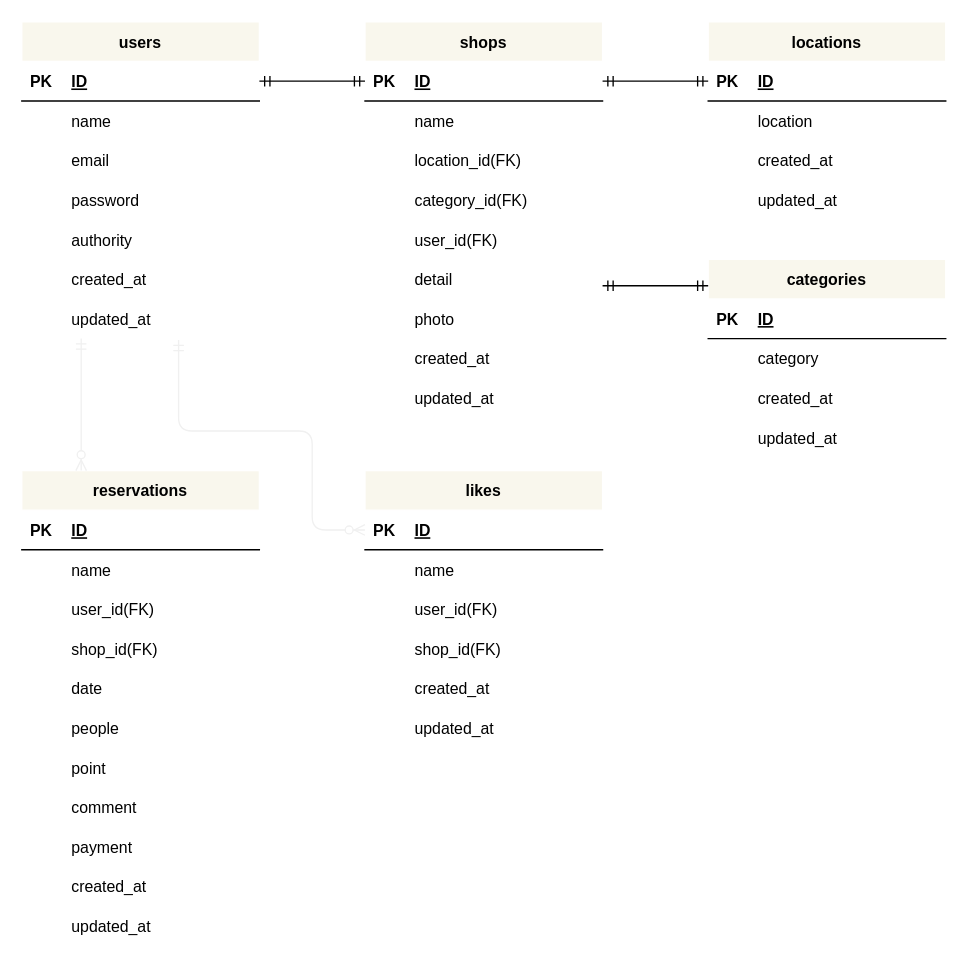
ueppa0716/advance-test keeps this draw.io diagram as erDiagram.drawio. Above is the earlier version. Source tidied: cells renumbered, new cells numbered last; positions are measured from the earlier drawing's top-left corner, leaving out a move shared by most shapes. Both pictures are drawn from the tidied source at 132%, with x=0, y=0 at pixel (21, 21).
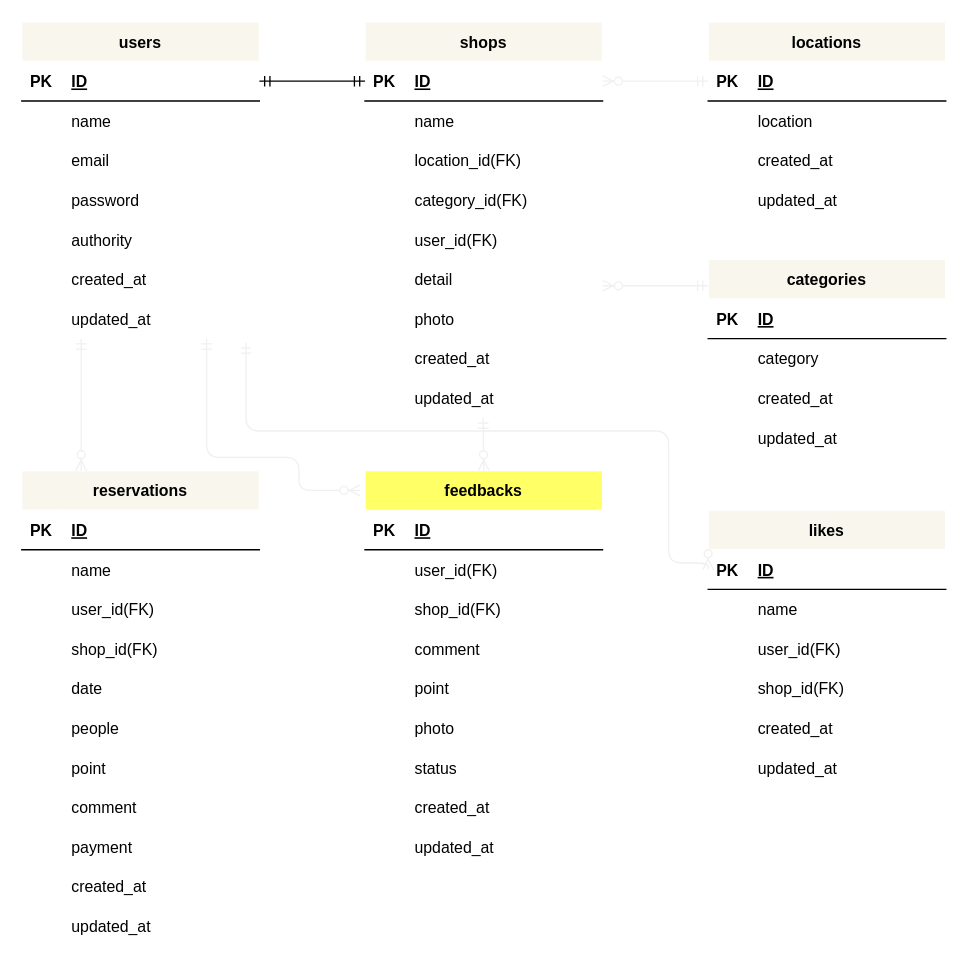
The same page after the edit.

Unchanged cells that the change refers to:
```xml
<mxCell id="21" style="shape=tableRow;horizontal=0;startSize=0;swimlaneHead=0;swimlaneBody=0;fillColor=none;points=[[0,0.5],[1,0.5]];portConstraint=eastwest;top=0;left=0;right=0;bottom=0;" parent="2" vertex="1">
  <mxGeometry y="210" width="180" height="30" as="geometry" />
</mxCell>
<mxCell id="25" style="shape=tableRow;horizontal=0;startSize=0;swimlaneHead=0;swimlaneBody=0;fillColor=none;points=[[0,0.5],[1,0.5]];portConstraint=eastwest;top=0;left=0;right=0;bottom=1;" parent="24" vertex="1">
  <mxGeometry y="30" width="180" height="30" as="geometry" />
</mxCell>
<mxCell id="87" style="shape=tableRow;horizontal=0;startSize=0;swimlaneHead=0;swimlaneBody=0;fillColor=none;points=[[0,0.5],[1,0.5]];portConstraint=eastwest;top=0;left=0;right=0;bottom=1;" parent="86" vertex="1">
  <mxGeometry y="30" width="180" height="30" as="geometry" />
</mxCell>
<mxCell id="106" style="shape=tableRow;horizontal=0;startSize=0;swimlaneHead=0;swimlaneBody=0;fillColor=none;points=[[0,0.5],[1,0.5]];portConstraint=eastwest;top=0;left=0;right=0;bottom=1;" parent="105" vertex="1">
  <mxGeometry y="30" width="180" height="30" as="geometry" />
</mxCell>
```

What changed in the source:
```diff
@@
     <mxCell id="86" value="likes" style="shape=table;startSize=30;childLayout=tableLayout;rowLines=0;fontStyle=1;align=center;fillColor=#f9f7ed;strokeColor=#FFFFFF;fontColor=#000000;" parent="1" vertex="1">
-      <mxGeometry x="260" y="340" width="180" height="210" as="geometry" />
+      <mxGeometry x="520" y="370" width="180" height="210" as="geometry" />
     </mxCell>
@@
-    <mxCell id="132" style="edgeStyle=entityRelationEdgeStyle;fontSize=12;html=1;endArrow=ERmandOne;startArrow=ERmandOne;fontColor=#000000;exitX=1;exitY=0.5;exitDx=0;exitDy=0;entryX=0;entryY=0.5;entryDx=0;entryDy=0;" parent="1" edge="1" source="25" target="106">
-      <mxGeometry relative="1" as="geometry" />
-    </mxCell>
-    <mxCell id="133" style="edgeStyle=entityRelationEdgeStyle;fontSize=12;html=1;endArrow=ERmandOne;startArrow=ERmandOne;fontColor=#000000;exitX=1;exitY=0.5;exitDx=0;exitDy=0;entryX=0;entryY=0.5;entryDx=0;entryDy=0;" parent="1" edge="1">
-      <mxGeometry relative="1" as="geometry">
-        <mxPoint x="440" y="200" as="sourcePoint" />
-        <mxPoint x="520" y="200" as="targetPoint" />
-      </mxGeometry>
-    </mxCell>
@@
-    <mxCell id="136" style="edgeStyle=orthogonalEdgeStyle;fontSize=12;html=1;endArrow=ERzeroToMany;startArrow=ERmandOne;strokeColor=#F0F0F0;entryX=0;entryY=0.5;entryDx=0;entryDy=0;exitX=0.66;exitY=1.039;exitDx=0;exitDy=0;exitPerimeter=0;" parent="1" edge="1" source="21" target="87">
+    <mxCell id="136" style="edgeStyle=orthogonalEdgeStyle;fontSize=12;html=1;endArrow=ERzeroToMany;startArrow=ERmandOne;strokeColor=#F0F0F0;entryX=0;entryY=0.5;entryDx=0;entryDy=0;exitX=0.944;exitY=1.1;exitDx=0;exitDy=0;exitPerimeter=0;" parent="1" edge="1" source="21" target="87">
       <mxGeometry relative="1" as="geometry">
         <Array as="points">
-          <mxPoint x="119" y="310" />
-          <mxPoint x="220" y="310" />
-          <mxPoint x="220" y="385" />
+          <mxPoint x="170" y="310" />
+          <mxPoint x="490" y="310" />
+          <mxPoint x="490" y="410" />
+          <mxPoint x="520" y="410" />
         </Array>
       </mxGeometry>
     </mxCell>
@@
+    <mxCell id="138" value="feedbacks" style="shape=table;startSize=30;childLayout=tableLayout;rowLines=0;fontStyle=1;align=center;fillColor=#FFFF66;strokeColor=#FFFFFF;fontColor=#000000;" parent="1" vertex="1">
+      <mxGeometry x="260" y="340" width="180" height="300" as="geometry" />
+    </mxCell>
+    <mxCell id="139" style="shape=tableRow;horizontal=0;startSize=0;swimlaneHead=0;swimlaneBody=0;fillColor=none;top=0;left=0;right=0;bottom=1;" parent="138" vertex="1">
+      <mxGeometry y="30" width="180" height="30" as="geometry" />
+    </mxCell>
+    <mxCell id="140" value="PK" style="shape=partialRectangle;fillColor=none;top=0;left=0;bottom=0;right=0;fontStyle=1;overflow=hidden;" parent="139" vertex="1">
+      <mxGeometry width="30" height="30" as="geometry" />
+    </mxCell>
+    <mxCell id="141" value="ID" style="shape=partialRectangle;fillColor=none;top=0;left=0;bottom=0;right=0;align=left;spacingLeft=6;fontStyle=5;overflow=hidden;" parent="139" vertex="1">
+      <mxGeometry x="30" width="150" height="30" as="geometry" />
+    </mxCell>
+    <mxCell id="142" style="shape=tableRow;horizontal=0;startSize=0;swimlaneHead=0;swimlaneBody=0;fillColor=none;top=0;left=0;right=0;bottom=0;" parent="138" vertex="1">
+      <mxGeometry y="60" width="180" height="30" as="geometry" />
+    </mxCell>
+    <mxCell id="143" style="shape=partialRectangle;fillColor=none;top=0;left=0;bottom=0;right=0;overflow=hidden;" parent="142" vertex="1">
+      <mxGeometry width="30" height="30" as="geometry" />
+    </mxCell>
+    <mxCell id="144" value="user_id(FK)" style="shape=partialRectangle;fillColor=none;top=0;left=0;bottom=0;right=0;align=left;spacingLeft=6;overflow=hidden;" parent="142" vertex="1">
+      <mxGeometry x="30" width="150" height="30" as="geometry" />
+    </mxCell>
+    <mxCell id="145" style="shape=tableRow;horizontal=0;startSize=0;swimlaneHead=0;swimlaneBody=0;fillColor=none;top=0;left=0;right=0;bottom=0;" parent="138" vertex="1">
+      <mxGeometry y="90" width="180" height="30" as="geometry" />
+    </mxCell>
+    <mxCell id="146" style="shape=partialRectangle;fillColor=none;top=0;left=0;bottom=0;right=0;overflow=hidden;" parent="145" vertex="1">
+      <mxGeometry width="30" height="30" as="geometry" />
+    </mxCell>
+    <mxCell id="147" value="shop_id(FK)" style="shape=partialRectangle;fillColor=none;top=0;left=0;bottom=0;right=0;align=left;spacingLeft=6;overflow=hidden;" parent="145" vertex="1">
+      <mxGeometry x="30" width="150" height="30" as="geometry" />
+    </mxCell>
+    <mxCell id="148" style="shape=tableRow;horizontal=0;startSize=0;swimlaneHead=0;swimlaneBody=0;fillColor=none;top=0;left=0;right=0;bottom=0;" parent="138" vertex="1">
+      <mxGeometry y="120" width="180" height="30" as="geometry" />
+    </mxCell>
+    <mxCell id="149" style="shape=partialRectangle;fillColor=none;top=0;left=0;bottom=0;right=0;overflow=hidden;" parent="148" vertex="1">
+      <mxGeometry width="30" height="30" as="geometry" />
+    </mxCell>
+    <mxCell id="150" value="comment" style="shape=partialRectangle;fillColor=none;top=0;left=0;bottom=0;right=0;align=left;spacingLeft=6;overflow=hidden;" parent="148" vertex="1">
+      <mxGeometry x="30" width="150" height="30" as="geometry" />
+    </mxCell>
+    <mxCell id="151" style="shape=tableRow;horizontal=0;startSize=0;swimlaneHead=0;swimlaneBody=0;fillColor=none;top=0;left=0;right=0;bottom=0;" parent="138" vertex="1">
+      <mxGeometry y="150" width="180" height="30" as="geometry" />
+    </mxCell>
+    <mxCell id="152" style="shape=partialRectangle;fillColor=none;top=0;left=0;bottom=0;right=0;overflow=hidden;" parent="151" vertex="1">
+      <mxGeometry width="30" height="30" as="geometry" />
+    </mxCell>
+    <mxCell id="153" value="point" style="shape=partialRectangle;fillColor=none;top=0;left=0;bottom=0;right=0;align=left;spacingLeft=6;overflow=hidden;" parent="151" vertex="1">
+      <mxGeometry x="30" width="150" height="30" as="geometry" />
+    </mxCell>
+    <mxCell id="154" style="shape=tableRow;horizontal=0;startSize=0;swimlaneHead=0;swimlaneBody=0;fillColor=none;top=0;left=0;right=0;bottom=0;" parent="138" vertex="1">
+      <mxGeometry y="180" width="180" height="30" as="geometry" />
+    </mxCell>
+    <mxCell id="155" style="shape=partialRectangle;fillColor=none;top=0;left=0;bottom=0;right=0;overflow=hidden;" parent="154" vertex="1">
+      <mxGeometry width="30" height="30" as="geometry" />
+    </mxCell>
+    <mxCell id="156" value="photo" style="shape=partialRectangle;fillColor=none;top=0;left=0;bottom=0;right=0;align=left;spacingLeft=6;overflow=hidden;" parent="154" vertex="1">
+      <mxGeometry x="30" width="150" height="30" as="geometry" />
+    </mxCell>
+    <mxCell id="157" style="shape=tableRow;horizontal=0;startSize=0;swimlaneHead=0;swimlaneBody=0;fillColor=none;top=0;left=0;right=0;bottom=0;" parent="138" vertex="1">
+      <mxGeometry y="210" width="180" height="30" as="geometry" />
+    </mxCell>
+    <mxCell id="158" style="shape=partialRectangle;fillColor=none;top=0;left=0;bottom=0;right=0;overflow=hidden;" parent="157" vertex="1">
+      <mxGeometry width="30" height="30" as="geometry" />
+    </mxCell>
+    <mxCell id="159" value="status" style="shape=partialRectangle;fillColor=none;top=0;left=0;bottom=0;right=0;align=left;spacingLeft=6;overflow=hidden;" parent="157" vertex="1">
+      <mxGeometry x="30" width="150" height="30" as="geometry" />
+    </mxCell>
+    <mxCell id="160" style="shape=tableRow;horizontal=0;startSize=0;swimlaneHead=0;swimlaneBody=0;fillColor=none;top=0;left=0;right=0;bottom=0;" parent="138" vertex="1">
+      <mxGeometry y="240" width="180" height="30" as="geometry" />
+    </mxCell>
+    <mxCell id="161" style="shape=partialRectangle;fillColor=none;top=0;left=0;bottom=0;right=0;overflow=hidden;" parent="160" vertex="1">
+      <mxGeometry width="30" height="30" as="geometry" />
+    </mxCell>
+    <mxCell id="162" value="created_at" style="shape=partialRectangle;fillColor=none;top=0;left=0;bottom=0;right=0;align=left;spacingLeft=6;overflow=hidden;" parent="160" vertex="1">
+      <mxGeometry x="30" width="150" height="30" as="geometry" />
+    </mxCell>
+    <mxCell id="163" style="shape=tableRow;horizontal=0;startSize=0;swimlaneHead=0;swimlaneBody=0;fillColor=none;top=0;left=0;right=0;bottom=0;" parent="138" vertex="1">
+      <mxGeometry y="270" width="180" height="30" as="geometry" />
+    </mxCell>
+    <mxCell id="164" style="shape=partialRectangle;fillColor=none;top=0;left=0;bottom=0;right=0;overflow=hidden;" parent="163" vertex="1">
+      <mxGeometry width="30" height="30" as="geometry" />
+    </mxCell>
+    <mxCell id="165" value="updated_at" style="shape=partialRectangle;fillColor=none;top=0;left=0;bottom=0;right=0;align=left;spacingLeft=6;overflow=hidden;" parent="163" vertex="1">
+      <mxGeometry x="30" width="150" height="30" as="geometry" />
+    </mxCell>
+    <mxCell id="166" style="fontSize=12;html=1;endArrow=ERzeroToMany;startArrow=ERmandOne;strokeColor=#F0F0F0;entryX=-0.022;entryY=0.05;entryDx=0;entryDy=0;entryPerimeter=0;" parent="1" edge="1" target="138">
+      <mxGeometry relative="1" as="geometry">
+        <mxPoint x="140" y="240" as="sourcePoint" />
+        <Array as="points">
+          <mxPoint x="140" y="330" />
+          <mxPoint x="210" y="330" />
+          <mxPoint x="210" y="355" />
+        </Array>
+      </mxGeometry>
+    </mxCell>
+    <mxCell id="167" style="fontSize=12;html=1;endArrow=ERzeroToMany;startArrow=ERmandOne;strokeColor=#F0F0F0;" parent="1" edge="1">
+      <mxGeometry relative="1" as="geometry">
+        <mxPoint x="349.5" y="300" as="sourcePoint" />
+        <mxPoint x="350" y="340" as="targetPoint" />
+      </mxGeometry>
+    </mxCell>
+    <mxCell id="168" style="fontSize=12;html=1;endArrow=ERzeroToMany;startArrow=ERmandOne;strokeColor=#F0F0F0;entryX=1;entryY=0.5;entryDx=0;entryDy=0;exitX=0;exitY=0.5;exitDx=0;exitDy=0;" parent="1" edge="1" source="106" target="25">
+      <mxGeometry relative="1" as="geometry" />
+    </mxCell>
+    <mxCell id="169" style="fontSize=12;html=1;endArrow=ERzeroToMany;startArrow=ERmandOne;strokeColor=#F0F0F0;entryX=1;entryY=0.5;entryDx=0;entryDy=0;exitX=0;exitY=0.5;exitDx=0;exitDy=0;" parent="1" edge="1">
+      <mxGeometry relative="1" as="geometry">
+        <mxPoint x="520" y="200" as="sourcePoint" />
+        <mxPoint x="440" y="200" as="targetPoint" />
+      </mxGeometry>
+    </mxCell>
```
